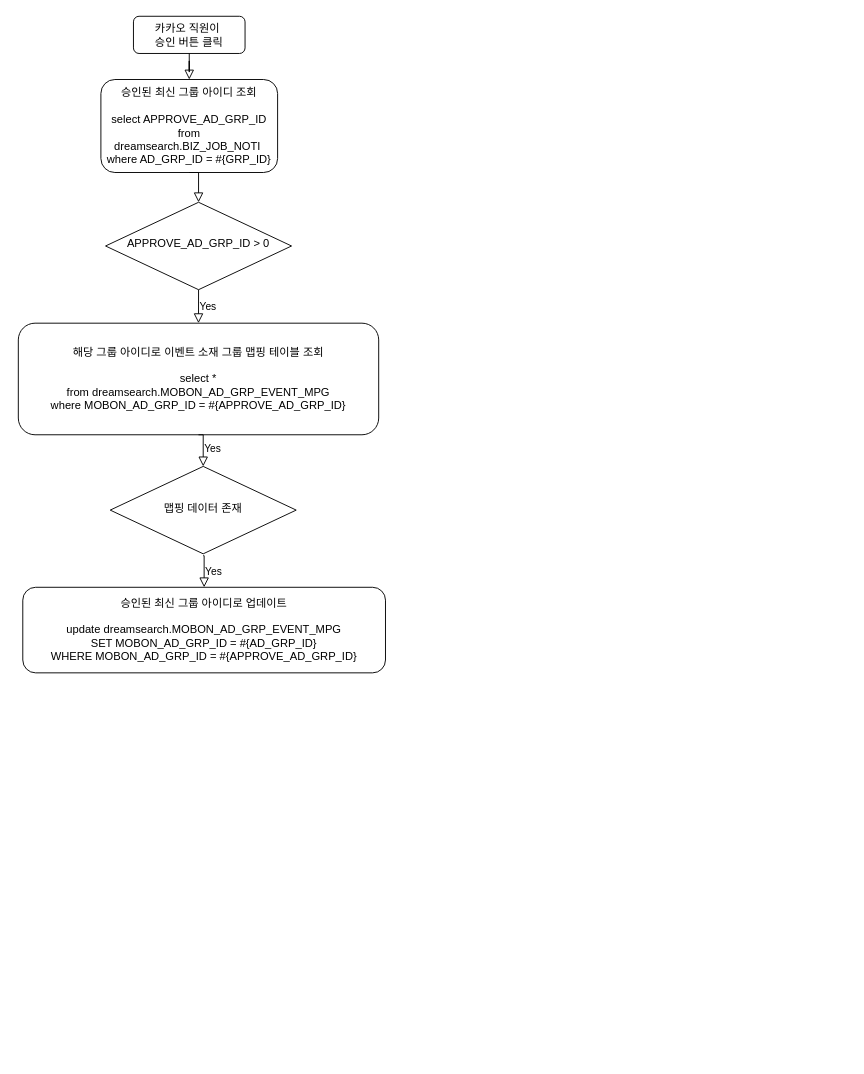
This is 승인 버튼 클릭시 Flow.drawio from BaekSeungJo/Diagram, a draw.io file, before an edit. Source tidied: cells renumbered, new cells numbered last; positions are measured from the earlier drawing's top-left corner, leaving out a move shared by most shapes. Both pictures are drawn from the tidied source at 93%, with x=0, y=0 at pixel (18, 16).
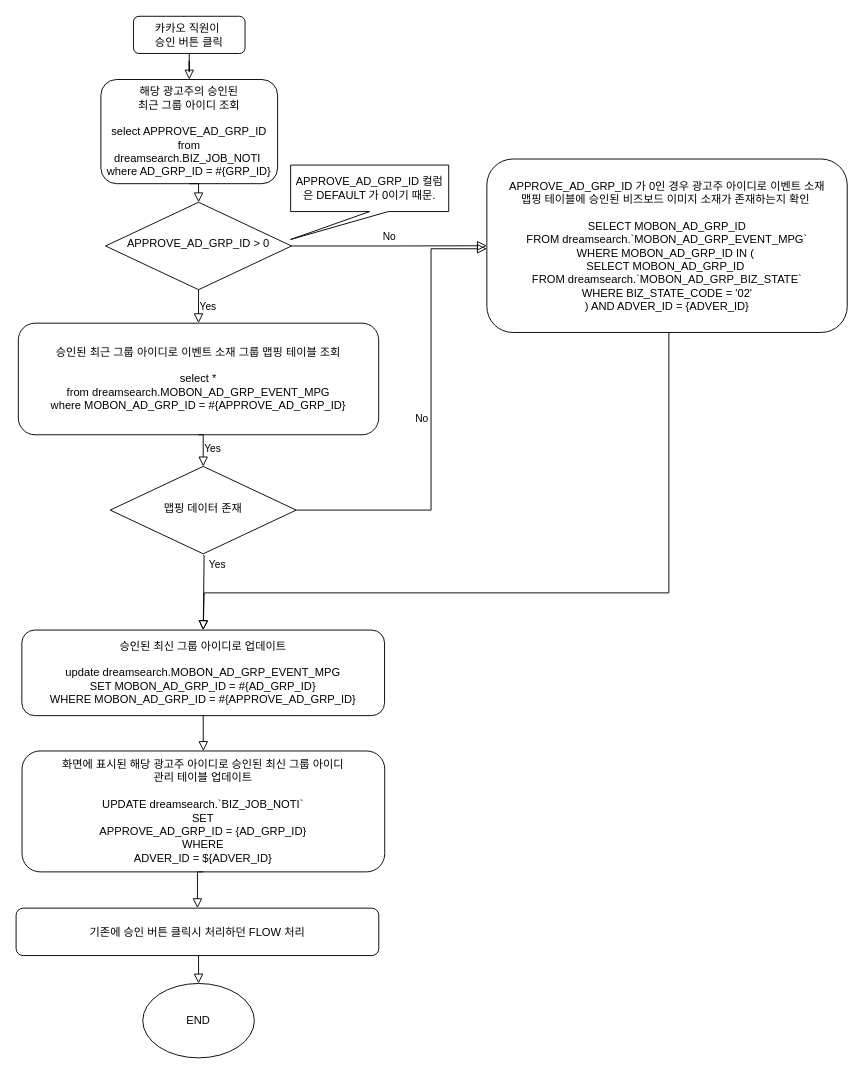
Above is the later version.

Commit message:
승인 버튼 클릭시 Flow.drawio 업데이트

The change refers to these unchanged cells:
```xml
<mxCell id="5" value="APPROVE_AD_GRP_ID &amp;gt; 0" style="rhombus;whiteSpace=wrap;html=1;shadow=0;fontFamily=Helvetica;fontSize=12;align=center;strokeWidth=1;spacing=6;spacingTop=-4;" parent="1" vertex="1">
  <mxGeometry x="94" y="200" width="200" height="94" as="geometry" />
</mxCell>
<mxCell id="9" value="맵핑 데이터 존재" style="rhombus;whiteSpace=wrap;html=1;shadow=0;fontFamily=Helvetica;fontSize=12;align=center;strokeWidth=1;spacing=6;spacingTop=-4;" parent="1" vertex="1">
  <mxGeometry x="99" y="484" width="200" height="94" as="geometry" />
</mxCell>
```

What changed in the source:
```diff
@@
-    <mxCell id="3" value="승인된 최신 그룹 아이디 조회&lt;br&gt;&lt;br&gt;select APPROVE_AD_GRP_ID&lt;br&gt;from dreamsearch.BIZ_JOB_NOTI&amp;nbsp;&lt;br&gt;where AD_GRP_ID = #{GRP_ID}" style="rounded=1;whiteSpace=wrap;html=1;fontSize=12;glass=0;strokeWidth=1;shadow=0;" parent="1" vertex="1">
-      <mxGeometry x="89" y="68" width="190" height="100" as="geometry" />
+    <mxCell id="3" value="해당 광고주의 승인된 &lt;br&gt;최근 그룹 아이디 조회&lt;br&gt;&lt;br&gt;select APPROVE_AD_GRP_ID&lt;br&gt;from dreamsearch.BIZ_JOB_NOTI&amp;nbsp;&lt;br&gt;where AD_GRP_ID = #{GRP_ID}" style="rounded=1;whiteSpace=wrap;html=1;fontSize=12;glass=0;strokeWidth=1;shadow=0;" parent="1" vertex="1">
+      <mxGeometry x="89" y="68" width="190" height="112" as="geometry" />
     </mxCell>
@@
     <mxCell id="6" style="rounded=0;html=1;jettySize=auto;fontSize=11;endArrow=block;endFill=0;endSize=8;strokeWidth=1;shadow=0;labelBackgroundColor=none;edgeStyle=orthogonalEdgeStyle;exitX=0.5;exitY=1;exitDx=0;exitDy=0;entryX=0.5;entryY=0;entryDx=0;entryDy=0;" parent="1" edge="1" source="3" target="5">
-      <mxGeometry x="0.33" y="20" relative="1" as="geometry" />
+      <mxGeometry x="0.33" y="20" relative="1" as="geometry">
+        <Array as="points">
+          <mxPoint x="194" y="180" />
+        </Array>
+      </mxGeometry>
     </mxCell>
-    <mxCell id="7" value="해당 그룹 아이디로 이벤트 소재 그룹 맵핑 테이블 조회&lt;br&gt;&lt;br&gt;select *&lt;br&gt;from dreamsearch.MOBON_AD_GRP_EVENT_MPG&lt;br&gt;where MOBON_AD_GRP_ID = #{APPROVE_AD_GRP_ID}" style="rounded=1;whiteSpace=wrap;html=1;fontSize=12;glass=0;strokeWidth=1;shadow=0;" parent="1" vertex="1">
+    <mxCell id="7" value="승인된 최근 그룹 아이디로 이벤트 소재 그룹 맵핑 테이블 조회&lt;br&gt;&lt;br&gt;select *&lt;br&gt;from dreamsearch.MOBON_AD_GRP_EVENT_MPG&lt;br&gt;where MOBON_AD_GRP_ID = #{APPROVE_AD_GRP_ID}" style="rounded=1;whiteSpace=wrap;html=1;fontSize=12;glass=0;strokeWidth=1;shadow=0;" parent="1" vertex="1">
       <mxGeometry x="0.2" y="330" width="387.5" height="120" as="geometry" />
     </mxCell>
@@
     <mxCell id="11" value="승인된 최신 그룹 아이디로 업데이트&lt;br&gt;&lt;br&gt;update dreamsearch.MOBON_AD_GRP_EVENT_MPG&lt;br&gt;SET MOBON_AD_GRP_ID = #{AD_GRP_ID}&lt;br&gt;WHERE MOBON_AD_GRP_ID = #{APPROVE_AD_GRP_ID}" style="rounded=1;whiteSpace=wrap;html=1;fontSize=12;glass=0;strokeWidth=1;shadow=0;" parent="1" vertex="1">
-      <mxGeometry x="5" y="614" width="390" height="92" as="geometry" />
+      <mxGeometry x="4" y="660" width="390" height="92" as="geometry" />
     </mxCell>
     <mxCell id="12" value="Yes" style="edgeStyle=orthogonalEdgeStyle;rounded=0;html=1;jettySize=auto;fontSize=11;endArrow=block;endFill=0;endSize=8;strokeWidth=1;shadow=0;labelBackgroundColor=none;entryX=0.5;entryY=0;entryDx=0;entryDy=0;" parent="1" edge="1" target="11">
-      <mxGeometry y="10" relative="1" as="geometry">
+      <mxGeometry x="-0.73" y="14" relative="1" as="geometry">
         <mxPoint x="199" y="580" as="sourcePoint" />
         <Array as="points">
           <mxPoint x="200" y="580" />
         </Array>
       </mxGeometry>
     </mxCell>
+    <mxCell id="13" value="APPROVE_AD_GRP_ID 컬럼은 DEFAULT 가 0이기 때문." style="shape=callout;whiteSpace=wrap;html=1;perimeter=calloutPerimeter;position2=0;" parent="1" vertex="1">
+      <mxGeometry x="293" y="160" width="170" height="80" as="geometry" />
+    </mxCell>
+    <mxCell id="14" value="APPROVE_AD_GRP_ID 가 0인 경우 광고주 아이디로 이벤트 소재&lt;br&gt;맵핑 테이블에 승인된 비즈보드 이미지 소재가 존재하는지 확인&amp;nbsp;&lt;br&gt;&lt;br&gt;&lt;div&gt;SELECT MOBON_AD_GRP_ID&lt;/div&gt;&lt;div&gt;FROM dreamsearch.`MOBON_AD_GRP_EVENT_MPG`&lt;/div&gt;&lt;div&gt;WHERE MOBON_AD_GRP_ID IN (&amp;nbsp;&lt;/div&gt;&lt;div&gt;&lt;span style=&quot;&quot;&gt; &lt;/span&gt;SELECT MOBON_AD_GRP_ID&amp;nbsp;&lt;/div&gt;&lt;div&gt;&lt;span style=&quot;&quot;&gt; &lt;/span&gt;FROM dreamsearch.`MOBON_AD_GRP_BIZ_STATE`&lt;/div&gt;&lt;div&gt;&lt;span style=&quot;&quot;&gt; &lt;/span&gt;WHERE BIZ_STATE_CODE = '02'&lt;/div&gt;&lt;div&gt;) AND ADVER_ID = {ADVER_ID}&lt;/div&gt;" style="rounded=1;whiteSpace=wrap;html=1;fontSize=12;glass=0;strokeWidth=1;shadow=0;" parent="1" vertex="1">
+      <mxGeometry x="504" y="153.5" width="387.5" height="186.5" as="geometry" />
+    </mxCell>
+    <mxCell id="15" value="No" style="edgeStyle=orthogonalEdgeStyle;rounded=0;html=1;jettySize=auto;fontSize=11;endArrow=block;endFill=0;endSize=8;strokeWidth=1;shadow=0;labelBackgroundColor=none;exitX=1;exitY=0.5;exitDx=0;exitDy=0;entryX=0;entryY=0.5;entryDx=0;entryDy=0;" parent="1" edge="1" source="5" target="14">
+      <mxGeometry y="10" relative="1" as="geometry" />
+    </mxCell>
+    <mxCell id="16" style="edgeStyle=orthogonalEdgeStyle;rounded=0;html=1;jettySize=auto;fontSize=11;endArrow=block;endFill=0;endSize=8;strokeWidth=1;shadow=0;labelBackgroundColor=none;exitX=0.505;exitY=0.998;exitDx=0;exitDy=0;entryX=0.5;entryY=0;entryDx=0;entryDy=0;exitPerimeter=0;" parent="1" edge="1" source="14" target="11">
+      <mxGeometry y="10" relative="1" as="geometry">
+        <Array as="points">
+          <mxPoint x="700" y="620" />
+          <mxPoint x="200" y="620" />
+          <mxPoint x="200" y="660" />
+        </Array>
+      </mxGeometry>
+    </mxCell>
+    <mxCell id="17" value="No" style="edgeStyle=orthogonalEdgeStyle;rounded=0;html=1;jettySize=auto;fontSize=11;endArrow=block;endFill=0;endSize=8;strokeWidth=1;shadow=0;labelBackgroundColor=none;exitX=1;exitY=0.5;exitDx=0;exitDy=0;" parent="1" edge="1" source="9" target="14">
+      <mxGeometry y="10" relative="1" as="geometry">
+        <Array as="points">
+          <mxPoint x="444" y="531" />
+          <mxPoint x="444" y="250" />
+        </Array>
+      </mxGeometry>
+    </mxCell>
+    <mxCell id="18" value="화면에 표시된 해당 광고주 아이디로 승인된 최신 그룹 아이디 &lt;br&gt;관리 테이블 업데이트&lt;br&gt;&lt;br&gt;&lt;div&gt;UPDATE dreamsearch.`BIZ_JOB_NOTI`&lt;/div&gt;&lt;div&gt;SET&lt;/div&gt;&lt;div&gt;&lt;span style=&quot;&quot;&gt; &lt;/span&gt;APPROVE_AD_GRP_ID = {AD_GRP_ID}&lt;/div&gt;&lt;div&gt;WHERE&lt;/div&gt;&lt;div&gt;&lt;span style=&quot;&quot;&gt; &lt;/span&gt;ADVER_ID = ${ADVER_ID}&lt;/div&gt;" style="rounded=1;whiteSpace=wrap;html=1;fontSize=12;glass=0;strokeWidth=1;shadow=0;" parent="1" vertex="1">
+      <mxGeometry x="4.2" y="790" width="390" height="130" as="geometry" />
+    </mxCell>
+    <mxCell id="19" style="edgeStyle=orthogonalEdgeStyle;rounded=0;html=1;jettySize=auto;fontSize=11;endArrow=block;endFill=0;endSize=8;strokeWidth=1;shadow=0;labelBackgroundColor=none;" parent="1" edge="1" source="11" target="18">
+      <mxGeometry x="-0.73" y="14" relative="1" as="geometry" />
+    </mxCell>
+    <mxCell id="20" value="기존에 승인 버튼 클릭시 처리하던 FLOW 처리" style="rounded=1;whiteSpace=wrap;html=1;fontSize=12;glass=0;strokeWidth=1;shadow=0;" parent="1" vertex="1">
+      <mxGeometry x="-2.2" y="959" width="390" height="51" as="geometry" />
+    </mxCell>
+    <mxCell id="21" style="edgeStyle=orthogonalEdgeStyle;rounded=0;html=1;jettySize=auto;fontSize=11;endArrow=block;endFill=0;endSize=8;strokeWidth=1;shadow=0;labelBackgroundColor=none;exitX=0.5;exitY=1;exitDx=0;exitDy=0;entryX=0.5;entryY=0;entryDx=0;entryDy=0;" parent="1" edge="1" source="18" target="20">
+      <mxGeometry x="-0.73" y="14" relative="1" as="geometry" />
+    </mxCell>
+    <mxCell id="22" value="END" style="ellipse;whiteSpace=wrap;html=1;" parent="1" vertex="1">
+      <mxGeometry x="134" y="1040" width="120" height="80" as="geometry" />
+    </mxCell>
+    <mxCell id="23" style="edgeStyle=orthogonalEdgeStyle;rounded=0;html=1;jettySize=auto;fontSize=11;endArrow=block;endFill=0;endSize=8;strokeWidth=1;shadow=0;labelBackgroundColor=none;exitX=0.5;exitY=1;exitDx=0;exitDy=0;entryX=0.5;entryY=0;entryDx=0;entryDy=0;" parent="1" edge="1" source="20" target="22">
+      <mxGeometry x="-0.73" y="14" relative="1" as="geometry" />
+    </mxCell>
```
